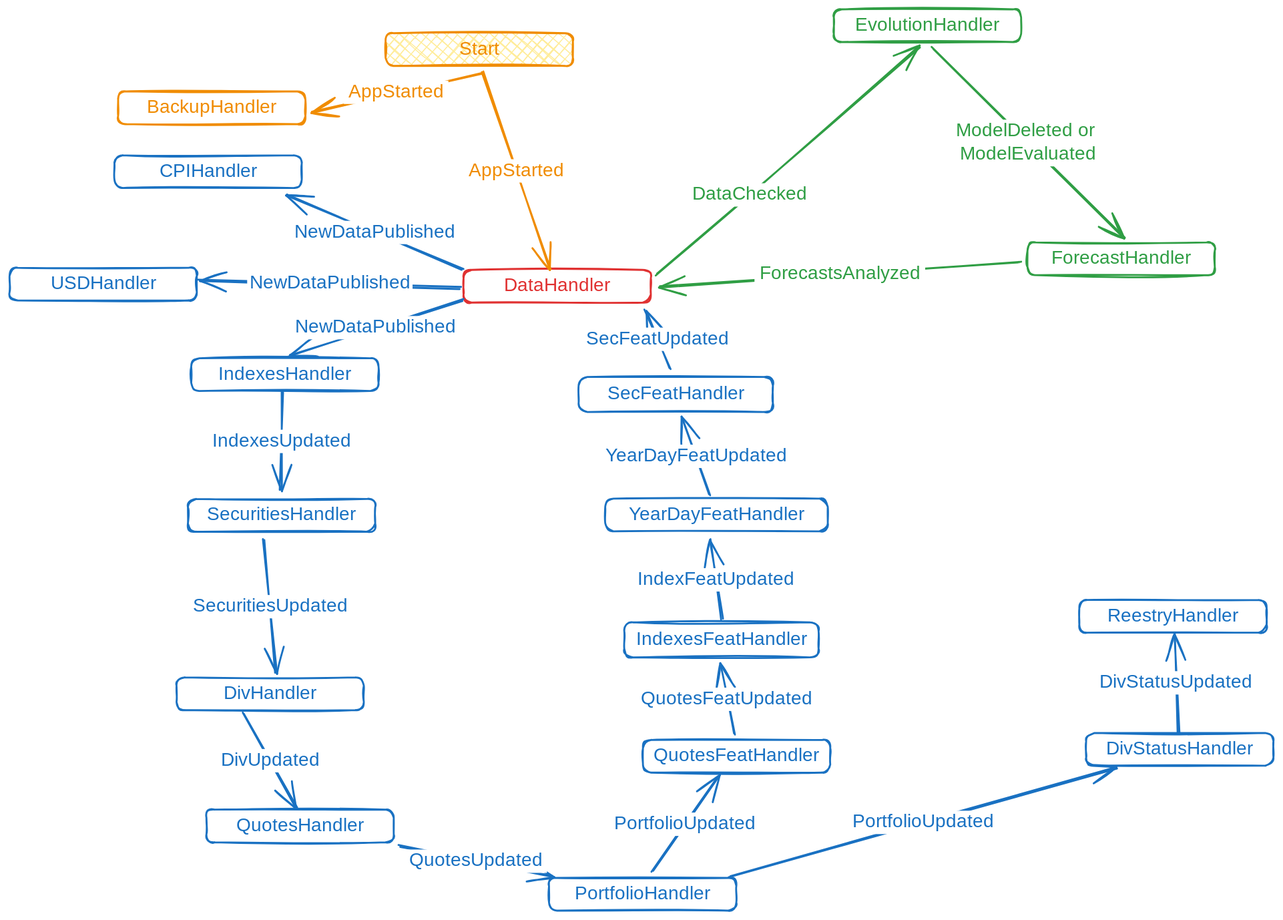
This is docs/.excalidraw.svg from WLM1ke/poptimizer, a Excalidraw export, as it was before one commit. Source tidied: one line per element, renumbered; positions are measured from the earlier drawing's top-left corner, leaving out a move shared by most shapes.
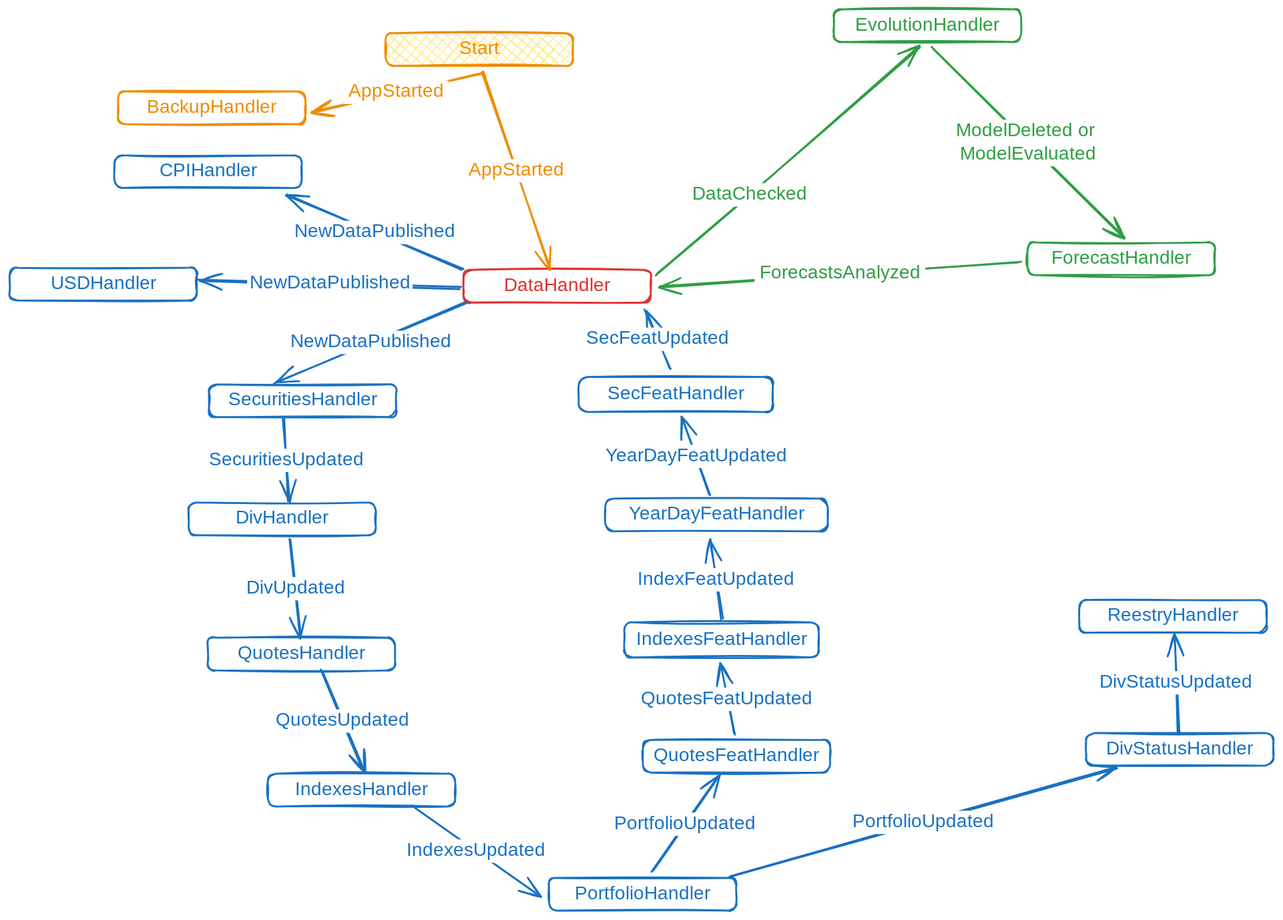
Later version of the same file.

The edit, as a diff of the source:
```diff
@@ -8,17 +8,17 @@
 {"id": 7, "type": "text", "text": "CPIHandler", "strokeColor": "#1971c2", "strokeWidth": 2, "roughness": 1, "fontSize": 20, "fontFamily": 1, "textAlign": "center", "verticalAlign": "middle", "inside": 6, "x": 159, "y": 161, "width": 107, "height": 25}
 {"id": 8, "type": "arrow", "strokeColor": "#1971c2", "strokeWidth": 2, "roughness": 1, "endArrowhead": "arrow", "round": true, "from": 0, "to": 6, "x": 484, "y": 279, "width": 187, "height": 80, "points": [[0, 0], [-187, -80]]}
 {"id": 9, "type": "text", "text": "NewDataPublished", "strokeColor": "#1971c2", "strokeWidth": 2, "roughness": 1, "fontSize": 20, "fontFamily": 1, "textAlign": "center", "verticalAlign": "middle", "inside": 8, "x": 311, "y": 226, "width": 177, "height": 25}
-{"id": 10, "type": "rectangle", "strokeColor": "#1971c2", "strokeWidth": 2, "roughness": 1, "round": true, "x": 194, "y": 373, "width": 200, "height": 35}
+{"id": 10, "type": "rectangle", "strokeColor": "#1971c2", "strokeWidth": 2, "roughness": 1, "round": true, "x": 276, "y": 818, "width": 200, "height": 35}
-{"id": 11, "type": "text", "text": "IndexesHandler", "strokeColor": "#1971c2", "strokeWidth": 2, "roughness": 1, "fontSize": 20, "fontFamily": 1, "textAlign": "center", "verticalAlign": "middle", "inside": 10, "x": 222, "y": 378, "width": 145, "height": 25}
+{"id": 11, "type": "text", "text": "IndexesHandler", "strokeColor": "#1971c2", "strokeWidth": 2, "roughness": 1, "fontSize": 20, "fontFamily": 1, "textAlign": "center", "verticalAlign": "middle", "inside": 10, "x": 304, "y": 823, "width": 145, "height": 25}
-{"id": 12, "type": "arrow", "strokeColor": "#1971c2", "strokeWidth": 2, "roughness": 1, "endArrowhead": "arrow", "round": true, "from": 0, "to": 10, "x": 485, "y": 311, "width": 187, "height": 60, "points": [[0, 0], [-187, 60]]}
+{"id": 12, "type": "arrow", "strokeColor": "#1971c2", "strokeWidth": 2, "roughness": 1, "endArrowhead": "arrow", "round": true, "from": 0, "to": 14, "x": 489, "y": 313, "width": 205, "height": 87, "points": [[0, 0], [-205, 87]]}
 {"id": 13, "type": "text", "text": "NewDataPublished", "strokeColor": "#1971c2", "strokeWidth": 2, "roughness": 1, "fontSize": 20, "fontFamily": 1, "textAlign": "center", "verticalAlign": "middle", "inside": 12, "x": 303, "y": 328, "width": 177, "height": 25}
-{"id": 14, "type": "rectangle", "strokeColor": "#1971c2", "strokeWidth": 2, "roughness": 1, "round": true, "x": 191, "y": 524, "width": 200, "height": 35}
+{"id": 14, "type": "rectangle", "strokeColor": "#1971c2", "strokeWidth": 2, "roughness": 1, "round": true, "x": 213, "y": 401, "width": 200, "height": 35}
-{"id": 15, "type": "text", "text": "SecuritiesHandler", "strokeColor": "#1971c2", "strokeWidth": 2, "roughness": 1, "fontSize": 20, "fontFamily": 1, "textAlign": "center", "verticalAlign": "middle", "inside": 14, "x": 209, "y": 529, "width": 165, "height": 25}
+{"id": 15, "type": "text", "text": "SecuritiesHandler", "strokeColor": "#1971c2", "strokeWidth": 2, "roughness": 1, "fontSize": 20, "fontFamily": 1, "textAlign": "center", "verticalAlign": "middle", "inside": 14, "x": 231, "y": 406, "width": 165, "height": 25}
-{"id": 16, "type": "arrow", "strokeColor": "#1971c2", "strokeWidth": 2, "roughness": 1, "endArrowhead": "arrow", "round": true, "from": 10, "to": 14, "x": 293, "y": 410, "width": 3, "height": 104, "points": [[0, 0], [-3, 104]]}
+{"id": 16, "type": "arrow", "strokeColor": "#1971c2", "strokeWidth": 2, "roughness": 1, "endArrowhead": "arrow", "round": true, "from": 10, "to": 34, "x": 432, "y": 853, "width": 135, "height": 95, "points": [[0, 0], [135, 95]]}
 {"id": 17, "type": "text", "text": "IndexesUpdated", "strokeColor": "#1971c2", "strokeWidth": 2, "roughness": 1, "fontSize": 20, "fontFamily": 1, "textAlign": "center", "verticalAlign": "middle", "inside": 16, "x": 212, "y": 450, "width": 158, "height": 25}
-{"id": 18, "type": "rectangle", "strokeColor": "#1971c2", "strokeWidth": 2, "roughness": 1, "round": true, "x": 179, "y": 715, "width": 200, "height": 35}
+{"id": 18, "type": "rectangle", "strokeColor": "#1971c2", "strokeWidth": 2, "roughness": 1, "round": true, "x": 192, "y": 528, "width": 200, "height": 35}
-{"id": 19, "type": "text", "text": "DivHandler", "strokeColor": "#1971c2", "strokeWidth": 2, "roughness": 1, "fontSize": 20, "fontFamily": 1, "textAlign": "center", "verticalAlign": "middle", "inside": 18, "x": 229, "y": 720, "width": 100, "height": 25}
+{"id": 19, "type": "text", "text": "DivHandler", "strokeColor": "#1971c2", "strokeWidth": 2, "roughness": 1, "fontSize": 20, "fontFamily": 1, "textAlign": "center", "verticalAlign": "middle", "inside": 18, "x": 242, "y": 533, "width": 100, "height": 25}
-{"id": 20, "type": "arrow", "strokeColor": "#1971c2", "strokeWidth": 2, "roughness": 1, "endArrowhead": "arrow", "round": true, "from": 14, "to": 18, "x": 273, "y": 568, "width": 12, "height": 143, "points": [[0, 0], [12, 143]]}
+{"id": 20, "type": "arrow", "strokeColor": "#1971c2", "strokeWidth": 2, "roughness": 1, "endArrowhead": "arrow", "round": true, "from": 14, "to": 18, "x": 294, "y": 438, "width": 5, "height": 88, "points": [[0, 0], [5, 88]]}
 {"id": 21, "type": "text", "text": "SecuritiesUpdated", "strokeColor": "#1971c2", "strokeWidth": 2, "roughness": 1, "fontSize": 20, "fontFamily": 1, "textAlign": "center", "verticalAlign": "middle", "inside": 20, "x": 354, "y": 545, "width": 177, "height": 25}
 {"id": 22, "type": "rectangle", "strokeColor": "#f08c00", "strokeWidth": 2, "roughness": 1, "round": true, "x": 116, "y": 88, "width": 200, "height": 35}
 {"id": 23, "type": "text", "text": "BackupHandler", "strokeColor": "#f08c00", "strokeWidth": 2, "roughness": 1, "fontSize": 20, "fontFamily": 1, "textAlign": "center", "verticalAlign": "middle", "inside": 22, "x": 147, "y": 93, "width": 139, "height": 25}
@@ -28,13 +28,13 @@
 {"id": 27, "type": "text", "text": "AppStarted", "strokeColor": "#f08c00", "strokeWidth": 2, "roughness": 1, "fontSize": 20, "fontFamily": 1, "textAlign": "center", "verticalAlign": "middle", "inside": 26, "x": 487, "y": 160, "width": 112, "height": 25}
 {"id": 28, "type": "arrow", "strokeColor": "#f08c00", "strokeWidth": 2, "roughness": 1, "endArrowhead": "arrow", "round": true, "from": 24, "to": 22, "x": 505, "y": 68, "width": 182, "height": 42, "points": [[0, 0], [-182, 42]]}
 {"id": 29, "type": "text", "text": "AppStarted", "strokeColor": "#f08c00", "strokeWidth": 2, "roughness": 1, "fontSize": 20, "fontFamily": 1, "textAlign": "center", "verticalAlign": "middle", "inside": 28, "x": 358, "y": 76, "width": 112, "height": 25}
-{"id": 30, "type": "rectangle", "strokeColor": "#1971c2", "strokeWidth": 2, "roughness": 1, "round": true, "x": 211, "y": 856, "width": 200, "height": 35}
+{"id": 30, "type": "rectangle", "strokeColor": "#1971c2", "strokeWidth": 2, "roughness": 1, "round": true, "x": 212, "y": 672, "width": 200, "height": 35}
-{"id": 31, "type": "text", "text": "QuotesHandler", "strokeColor": "#1971c2", "strokeWidth": 2, "roughness": 1, "fontSize": 20, "fontFamily": 1, "textAlign": "center", "verticalAlign": "middle", "inside": 30, "x": 241, "y": 861, "width": 140, "height": 25}
+{"id": 31, "type": "text", "text": "QuotesHandler", "strokeColor": "#1971c2", "strokeWidth": 2, "roughness": 1, "fontSize": 20, "fontFamily": 1, "textAlign": "center", "verticalAlign": "middle", "inside": 30, "x": 243, "y": 677, "width": 140, "height": 25}
-{"id": 32, "type": "arrow", "strokeColor": "#1971c2", "strokeWidth": 2, "roughness": 1, "endArrowhead": "arrow", "round": true, "from": 18, "to": 30, "x": 250, "y": 754, "width": 58, "height": 100, "points": [[0, 0], [58, 100]]}
+{"id": 32, "type": "arrow", "strokeColor": "#1971c2", "strokeWidth": 2, "roughness": 1, "endArrowhead": "arrow", "round": true, "from": 18, "to": 30, "x": 300, "y": 568, "width": 12, "height": 104, "points": [[0, 0], [12, 104]]}
 {"id": 33, "type": "text", "text": "DivUpdated", "strokeColor": "#1971c2", "strokeWidth": 2, "roughness": 1, "fontSize": 20, "fontFamily": 1, "textAlign": "center", "verticalAlign": "middle", "inside": 32, "x": 668, "y": 608, "width": 113, "height": 25}
 {"id": 34, "type": "rectangle", "strokeColor": "#1971c2", "strokeWidth": 2, "roughness": 1, "round": true, "x": 577, "y": 930, "width": 200, "height": 35}
 {"id": 35, "type": "text", "text": "PortfolioHandler", "strokeColor": "#1971c2", "strokeWidth": 2, "roughness": 1, "fontSize": 20, "fontFamily": 1, "textAlign": "center", "verticalAlign": "middle", "inside": 34, "x": 600, "y": 935, "width": 156, "height": 25}
-{"id": 36, "type": "arrow", "strokeColor": "#1971c2", "strokeWidth": 2, "roughness": 1, "endArrowhead": "arrow", "round": true, "from": 30, "to": 34, "x": 417, "y": 896, "width": 165, "height": 32, "points": [[0, 0], [165, 32]]}
+{"id": 36, "type": "arrow", "strokeColor": "#1971c2", "strokeWidth": 2, "roughness": 1, "endArrowhead": "arrow", "round": true, "from": 30, "to": 10, "x": 334, "y": 708, "width": 46, "height": 108, "points": [[0, 0], [46, 108]]}
 {"id": 37, "type": "text", "text": "QuotesUpdated", "strokeColor": "#1971c2", "strokeWidth": 2, "roughness": 1, "fontSize": 20, "fontFamily": 1, "textAlign": "center", "verticalAlign": "middle", "inside": 36, "x": 720, "y": 471, "width": 152, "height": 25}
 {"id": 38, "type": "arrow", "strokeColor": "#1971c2", "strokeWidth": 2, "roughness": 1, "endArrowhead": "arrow", "round": true, "from": 34, "to": 60, "x": 688, "y": 923, "width": 71, "height": 102, "points": [[0, 0], [71, -102]]}
 {"id": 39, "type": "text", "text": "PortfolioUpdated", "strokeColor": "#1971c2", "strokeWidth": 2, "roughness": 1, "fontSize": 20, "fontFamily": 1, "textAlign": "center", "verticalAlign": "middle", "inside": 38, "x": 604, "y": 342, "width": 168, "height": 25}
```
